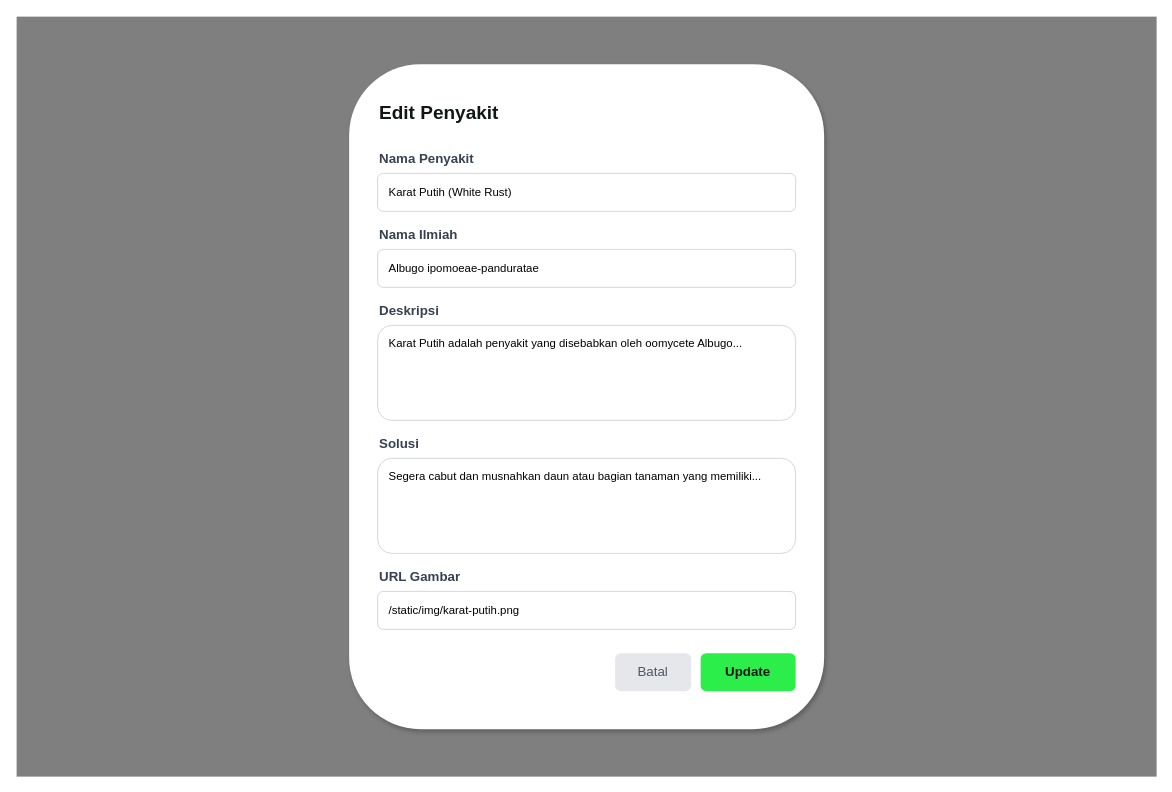
This is diagram/desain/admin-update-penyakit.drawio from RajaSunrise/kangkungku, a draw.io file, before an edit. Source tidied: cells renumbered, new cells numbered last; positions are measured from the earlier drawing's top-left corner, leaving out a move shared by most shapes. Both pictures are drawn from the tidied source at 95%, with x=0, y=0 at pixel (16, 16).
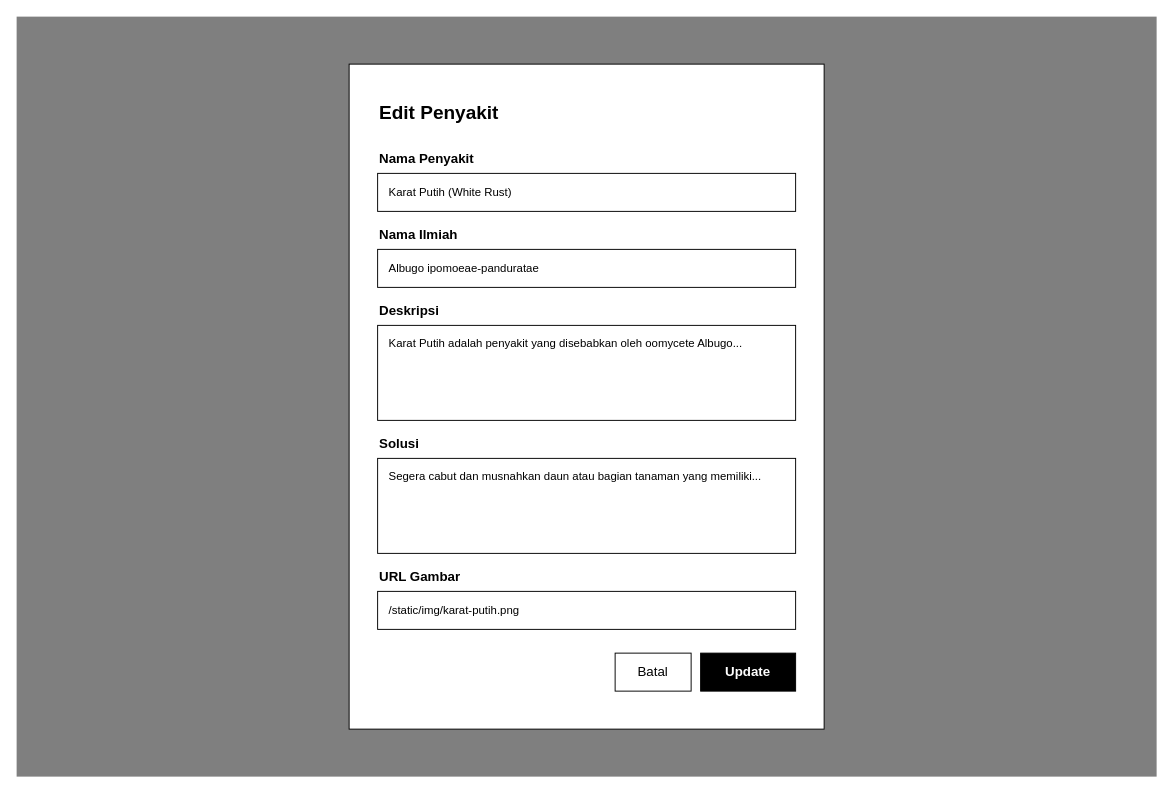
Above is the later version.

Diff of the diagram source:
```diff
@@
 <mxGraphModel>
   <root>
     <mxCell id="0" />
     <mxCell id="1" parent="0" />
     <mxCell id="2" style="rounded=0;whiteSpace=wrap;html=1;fillColor=#000000;fillOpacity=50;strokeColor=none;" parent="1" vertex="1">
       <mxGeometry width="1200" height="800" as="geometry" />
     </mxCell>
-    <mxCell id="3" style="rounded=1;whiteSpace=wrap;html=1;fillColor=#FFFFFF;strokeColor=none;shadow=1;" parent="1" vertex="1">
+    <mxCell id="3" style="rounded=0;whiteSpace=wrap;html=1;fillColor=#FFFFFF;strokeColor=#000000;" parent="1" vertex="1">
       <mxGeometry x="350" y="50" width="500" height="700" as="geometry" />
     </mxCell>
-    <mxCell id="4" value="Edit Penyakit" style="text;html=1;strokeColor=none;fillColor=none;align=left;verticalAlign=middle;whiteSpace=wrap;rounded=0;fontColor=#111812;fontSize=20;fontStyle=1;" parent="1" vertex="1">
+    <mxCell id="4" value="Edit Penyakit" style="text;html=1;strokeColor=none;fillColor=none;align=left;verticalAlign=middle;whiteSpace=wrap;rounded=0;fontColor=#000000;fontSize=20;fontStyle=1;" parent="1" vertex="1">
       <mxGeometry x="380" y="80" width="300" height="40" as="geometry" />
     </mxCell>
-    <mxCell id="5" value="Nama Penyakit" style="text;html=1;strokeColor=none;fillColor=none;align=left;verticalAlign=middle;whiteSpace=wrap;rounded=0;fontColor=#374151;fontSize=14;fontStyle=1;" parent="1" vertex="1">
+    <mxCell id="5" value="Nama Penyakit" style="text;html=1;strokeColor=none;fillColor=none;align=left;verticalAlign=middle;whiteSpace=wrap;rounded=0;fontColor=#000000;fontSize=14;fontStyle=1;" parent="1" vertex="1">
       <mxGeometry x="380" y="140" width="150" height="20" as="geometry" />
     </mxCell>
-    <mxCell id="6" value="Karat Putih (White Rust)" style="rounded=1;whiteSpace=wrap;html=1;fillColor=#FFFFFF;strokeColor=#D1D5DB;align=left;spacingLeft=10;" parent="1" vertex="1">
+    <mxCell id="6" value="Karat Putih (White Rust)" style="rounded=0;whiteSpace=wrap;html=1;fillColor=#FFFFFF;strokeColor=#000000;align=left;spacingLeft=10;" parent="1" vertex="1">
       <mxGeometry x="380" y="165" width="440" height="40" as="geometry" />
     </mxCell>
-    <mxCell id="7" value="Nama Ilmiah" style="text;html=1;strokeColor=none;fillColor=none;align=left;verticalAlign=middle;whiteSpace=wrap;rounded=0;fontColor=#374151;fontSize=14;fontStyle=1;" parent="1" vertex="1">
+    <mxCell id="7" value="Nama Ilmiah" style="text;html=1;strokeColor=none;fillColor=none;align=left;verticalAlign=middle;whiteSpace=wrap;rounded=0;fontColor=#000000;fontSize=14;fontStyle=1;" parent="1" vertex="1">
       <mxGeometry x="380" y="220" width="150" height="20" as="geometry" />
     </mxCell>
-    <mxCell id="8" value="Albugo ipomoeae-panduratae" style="rounded=1;whiteSpace=wrap;html=1;fillColor=#FFFFFF;strokeColor=#D1D5DB;align=left;spacingLeft=10;" parent="1" vertex="1">
+    <mxCell id="8" value="Albugo ipomoeae-panduratae" style="rounded=0;whiteSpace=wrap;html=1;fillColor=#FFFFFF;strokeColor=#000000;align=left;spacingLeft=10;" parent="1" vertex="1">
       <mxGeometry x="380" y="245" width="440" height="40" as="geometry" />
     </mxCell>
-    <mxCell id="9" value="Deskripsi" style="text;html=1;strokeColor=none;fillColor=none;align=left;verticalAlign=middle;whiteSpace=wrap;rounded=0;fontColor=#374151;fontSize=14;fontStyle=1;" parent="1" vertex="1">
+    <mxCell id="9" value="Deskripsi" style="text;html=1;strokeColor=none;fillColor=none;align=left;verticalAlign=middle;whiteSpace=wrap;rounded=0;fontColor=#000000;fontSize=14;fontStyle=1;" parent="1" vertex="1">
       <mxGeometry x="380" y="300" width="150" height="20" as="geometry" />
     </mxCell>
-    <mxCell id="10" value="Karat Putih adalah penyakit yang disebabkan oleh oomycete Albugo..." style="rounded=1;whiteSpace=wrap;html=1;fillColor=#FFFFFF;strokeColor=#D1D5DB;align=left;spacingLeft=10;verticalAlign=top;spacingTop=5;" parent="1" vertex="1">
+    <mxCell id="10" value="Karat Putih adalah penyakit yang disebabkan oleh oomycete Albugo..." style="rounded=0;whiteSpace=wrap;html=1;fillColor=#FFFFFF;strokeColor=#000000;align=left;spacingLeft=10;verticalAlign=top;spacingTop=5;" parent="1" vertex="1">
       <mxGeometry x="380" y="325" width="440" height="100" as="geometry" />
     </mxCell>
-    <mxCell id="11" value="Solusi" style="text;html=1;strokeColor=none;fillColor=none;align=left;verticalAlign=middle;whiteSpace=wrap;rounded=0;fontColor=#374151;fontSize=14;fontStyle=1;" parent="1" vertex="1">
+    <mxCell id="11" value="Solusi" style="text;html=1;strokeColor=none;fillColor=none;align=left;verticalAlign=middle;whiteSpace=wrap;rounded=0;fontColor=#000000;fontSize=14;fontStyle=1;" parent="1" vertex="1">
       <mxGeometry x="380" y="440" width="150" height="20" as="geometry" />
     </mxCell>
-    <mxCell id="12" value="Segera cabut dan musnahkan daun atau bagian tanaman yang memiliki..." style="rounded=1;whiteSpace=wrap;html=1;fillColor=#FFFFFF;strokeColor=#D1D5DB;align=left;spacingLeft=10;verticalAlign=top;spacingTop=5;" parent="1" vertex="1">
+    <mxCell id="12" value="Segera cabut dan musnahkan daun atau bagian tanaman yang memiliki..." style="rounded=0;whiteSpace=wrap;html=1;fillColor=#FFFFFF;strokeColor=#000000;align=left;spacingLeft=10;verticalAlign=top;spacingTop=5;" parent="1" vertex="1">
       <mxGeometry x="380" y="465" width="440" height="100" as="geometry" />
     </mxCell>
-    <mxCell id="13" value="URL Gambar" style="text;html=1;strokeColor=none;fillColor=none;align=left;verticalAlign=middle;whiteSpace=wrap;rounded=0;fontColor=#374151;fontSize=14;fontStyle=1;" parent="1" vertex="1">
+    <mxCell id="13" value="URL Gambar" style="text;html=1;strokeColor=none;fillColor=none;align=left;verticalAlign=middle;whiteSpace=wrap;rounded=0;fontColor=#000000;fontSize=14;fontStyle=1;" parent="1" vertex="1">
       <mxGeometry x="380" y="580" width="150" height="20" as="geometry" />
     </mxCell>
-    <mxCell id="14" value="/static/img/karat-putih.png" style="rounded=1;whiteSpace=wrap;html=1;fillColor=#FFFFFF;strokeColor=#D1D5DB;align=left;spacingLeft=10;" parent="1" vertex="1">
+    <mxCell id="14" value="/static/img/karat-putih.png" style="rounded=0;whiteSpace=wrap;html=1;fillColor=#FFFFFF;strokeColor=#000000;align=left;spacingLeft=10;" parent="1" vertex="1">
       <mxGeometry x="380" y="605" width="440" height="40" as="geometry" />
     </mxCell>
-    <mxCell id="15" value="Batal" style="rounded=1;whiteSpace=wrap;html=1;fillColor=#E5E7EB;strokeColor=none;fontColor=#4B5563;fontSize=14;" parent="1" vertex="1">
+    <mxCell id="15" value="Batal" style="rounded=0;whiteSpace=wrap;html=1;fillColor=#FFFFFF;strokeColor=#000000;fontColor=#000000;fontSize=14;" parent="1" vertex="1">
       <mxGeometry x="630" y="670" width="80" height="40" as="geometry" />
     </mxCell>
-    <mxCell id="16" value="Update" style="rounded=1;whiteSpace=wrap;html=1;fillColor=#2BEE4B;strokeColor=none;fontColor=#111812;fontStyle=1;fontSize=14;" parent="1" vertex="1">
+    <mxCell id="16" value="Update" style="rounded=0;whiteSpace=wrap;html=1;fillColor=#000000;strokeColor=#000000;fontColor=#FFFFFF;fontStyle=1;fontSize=14;" parent="1" vertex="1">
       <mxGeometry x="720" y="670" width="100" height="40" as="geometry" />
     </mxCell>
   </root>
 </mxGraphModel>
```
